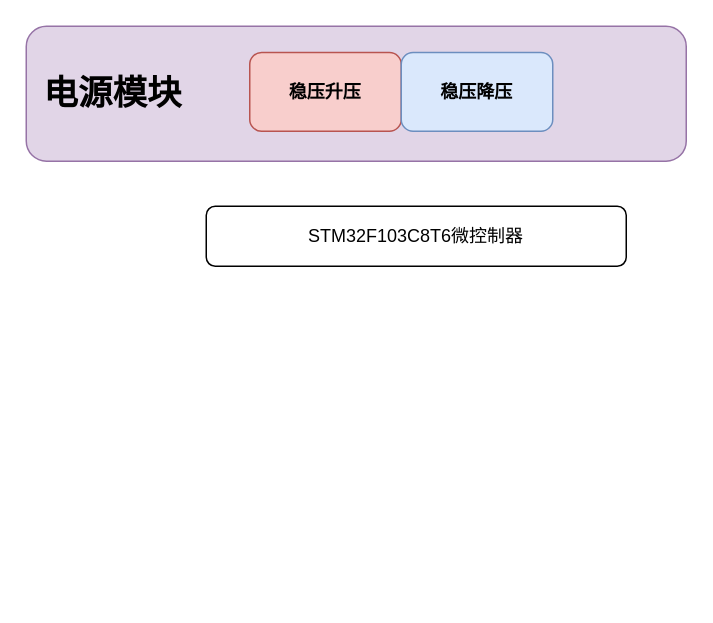
Before: 主板设计.drawio in chiguaren3/drawio_project, a draw.io diagram. Source tidied: cells renumbered, new cells numbered last; positions are measured from the earlier drawing's top-left corner, leaving out a move shared by most shapes. Both pictures are drawn from the tidied source at 150%, with x=0, y=0 at pixel (26, 26).
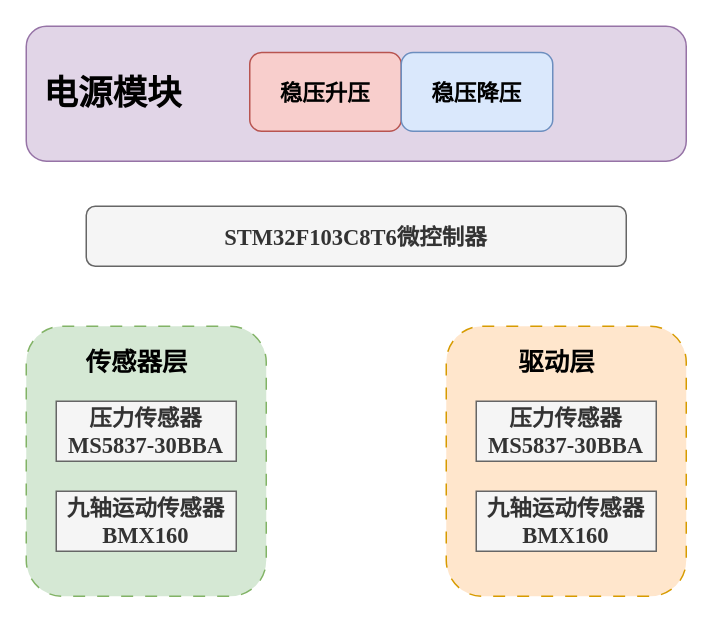
Above is the later version.

Commit message (it also covers changes not shown here):
更新主板设计.drawio

Change to the diagram source:
```diff
@@
 <mxGraphModel>
   <root>
     <mxCell id="0" />
     <mxCell id="1" parent="0" />
+    <mxCell id="6" style="rounded=1;whiteSpace=wrap;html=1;fillColor=#d5e8d4;strokeColor=#82b366;dashed=1;dashPattern=8 8;" parent="1" vertex="1">
+      <mxGeometry y="200" width="160" height="180" as="geometry" />
+    </mxCell>
     <mxCell id="2" value="&lt;font face=&quot;宋体&quot;&gt;&amp;nbsp; &amp;nbsp;&lt;b&gt;&lt;font style=&quot;font-size: 23px;&quot;&gt;电源模块&lt;/font&gt;&lt;/b&gt;&lt;/font&gt;" style="rounded=1;whiteSpace=wrap;html=1;align=left;fillColor=#e1d5e7;strokeColor=#9673a6;" parent="1" vertex="1">
       <mxGeometry width="440" height="90" as="geometry" />
     </mxCell>
-    <mxCell id="3" value="&lt;font face=&quot;宋体&quot;&gt;&lt;b&gt;稳压升压&lt;/b&gt;&lt;/font&gt;" style="rounded=1;whiteSpace=wrap;html=1;fillColor=#f8cecc;strokeColor=#b85450;" parent="1" vertex="1">
+    <mxCell id="3" value="&lt;font style=&quot;font-size: 15px;&quot; face=&quot;宋体&quot;&gt;&lt;b style=&quot;&quot;&gt;稳压升压&lt;/b&gt;&lt;/font&gt;" style="rounded=1;whiteSpace=wrap;html=1;fillColor=#f8cecc;strokeColor=#b85450;" parent="1" vertex="1">
       <mxGeometry x="149" y="17.5" width="101" height="52.5" as="geometry" />
     </mxCell>
-    <mxCell id="4" value="&lt;font face=&quot;宋体&quot;&gt;&lt;b&gt;稳压降压&lt;/b&gt;&lt;/font&gt;" style="rounded=1;whiteSpace=wrap;html=1;fillColor=#dae8fc;strokeColor=#6c8ebf;" parent="1" vertex="1">
+    <mxCell id="4" value="&lt;font style=&quot;font-size: 15px;&quot; face=&quot;宋体&quot;&gt;&lt;b style=&quot;&quot;&gt;稳压降压&lt;/b&gt;&lt;/font&gt;" style="rounded=1;whiteSpace=wrap;html=1;fillColor=#dae8fc;strokeColor=#6c8ebf;" parent="1" vertex="1">
       <mxGeometry x="250" y="17.5" width="101" height="52.5" as="geometry" />
     </mxCell>
-    <mxCell id="5" value="STM32F103C8T6微控制器" style="rounded=1;whiteSpace=wrap;html=1;" parent="1" vertex="1">
-      <mxGeometry x="120" y="120" width="280" height="40" as="geometry" />
+    <mxCell id="5" value="&lt;font style=&quot;font-size: 15px;&quot;&gt;&lt;b style=&quot;&quot;&gt;&lt;font face=&quot;Times New Roman&quot;&gt;STM32F103C8T6&lt;/font&gt;&lt;font face=&quot;宋体&quot;&gt;微控制器&lt;/font&gt;&lt;/b&gt;&lt;/font&gt;" style="rounded=1;whiteSpace=wrap;html=1;fillColor=#f5f5f5;fontColor=#333333;strokeColor=#666666;" parent="1" vertex="1">
+      <mxGeometry x="40" y="120" width="360" height="40" as="geometry" />
     </mxCell>
+    <mxCell id="7" value="&lt;b&gt;&lt;font style=&quot;font-size: 15px;&quot; face=&quot;宋体&quot;&gt;压力传感器&lt;/font&gt;&lt;/b&gt;&lt;div&gt;&lt;font style=&quot;font-size: 15px;&quot; face=&quot;Times New Roman&quot;&gt;&lt;b style=&quot;&quot;&gt;MS5837-30BBA&lt;/b&gt;&lt;/font&gt;&lt;/div&gt;" style="rounded=0;whiteSpace=wrap;html=1;fillColor=#f5f5f5;fontColor=#333333;strokeColor=#666666;" parent="1" vertex="1">
+      <mxGeometry x="20" y="250" width="120" height="40" as="geometry" />
+    </mxCell>
+    <mxCell id="8" value="&lt;font face=&quot;宋体&quot;&gt;&lt;span style=&quot;font-size: 15px;&quot;&gt;&lt;b&gt;九轴运动传感器&lt;/b&gt;&lt;/span&gt;&lt;/font&gt;&lt;br&gt;&lt;div&gt;&lt;font style=&quot;font-size: 15px;&quot; face=&quot;Times New Roman&quot;&gt;&lt;b style=&quot;&quot;&gt;BMX160&lt;/b&gt;&lt;/font&gt;&lt;/div&gt;" style="rounded=0;whiteSpace=wrap;html=1;fillColor=#f5f5f5;fontColor=#333333;strokeColor=#666666;" parent="1" vertex="1">
+      <mxGeometry x="20" y="310" width="120" height="40" as="geometry" />
+    </mxCell>
+    <mxCell id="9" value="&lt;font style=&quot;font-size: 17px;&quot; face=&quot;宋体&quot;&gt;&lt;b style=&quot;&quot;&gt;传感器层&lt;/b&gt;&lt;/font&gt;" style="text;html=1;align=center;verticalAlign=middle;whiteSpace=wrap;rounded=0;" parent="1" vertex="1">
+      <mxGeometry x="34" y="210" width="80" height="30" as="geometry" />
+    </mxCell>
+    <mxCell id="10" style="rounded=1;whiteSpace=wrap;html=1;fillColor=#ffe6cc;strokeColor=#d79b00;dashed=1;dashPattern=8 8;" parent="1" vertex="1">
+      <mxGeometry x="280" y="200" width="160" height="180" as="geometry" />
+    </mxCell>
+    <mxCell id="11" value="&lt;b&gt;&lt;font style=&quot;font-size: 15px;&quot; face=&quot;宋体&quot;&gt;压力传感器&lt;/font&gt;&lt;/b&gt;&lt;div&gt;&lt;font style=&quot;font-size: 15px;&quot; face=&quot;Times New Roman&quot;&gt;&lt;b style=&quot;&quot;&gt;MS5837-30BBA&lt;/b&gt;&lt;/font&gt;&lt;/div&gt;" style="rounded=0;whiteSpace=wrap;html=1;fillColor=#f5f5f5;fontColor=#333333;strokeColor=#666666;" parent="1" vertex="1">
+      <mxGeometry x="300" y="250" width="120" height="40" as="geometry" />
+    </mxCell>
+    <mxCell id="12" value="&lt;font face=&quot;宋体&quot;&gt;&lt;span style=&quot;font-size: 15px;&quot;&gt;&lt;b&gt;九轴运动传感器&lt;/b&gt;&lt;/span&gt;&lt;/font&gt;&lt;br&gt;&lt;div&gt;&lt;font style=&quot;font-size: 15px;&quot; face=&quot;Times New Roman&quot;&gt;&lt;b style=&quot;&quot;&gt;BMX160&lt;/b&gt;&lt;/font&gt;&lt;/div&gt;" style="rounded=0;whiteSpace=wrap;html=1;fillColor=#f5f5f5;fontColor=#333333;strokeColor=#666666;" parent="1" vertex="1">
+      <mxGeometry x="300" y="310" width="120" height="40" as="geometry" />
+    </mxCell>
+    <mxCell id="13" value="&lt;font style=&quot;font-size: 17px;&quot; face=&quot;宋体&quot;&gt;&lt;b style=&quot;&quot;&gt;驱动层&lt;/b&gt;&lt;/font&gt;" style="text;html=1;align=center;verticalAlign=middle;whiteSpace=wrap;rounded=0;" parent="1" vertex="1">
+      <mxGeometry x="314" y="210" width="80" height="30" as="geometry" />
+    </mxCell>
   </root>
 </mxGraphModel>
```
